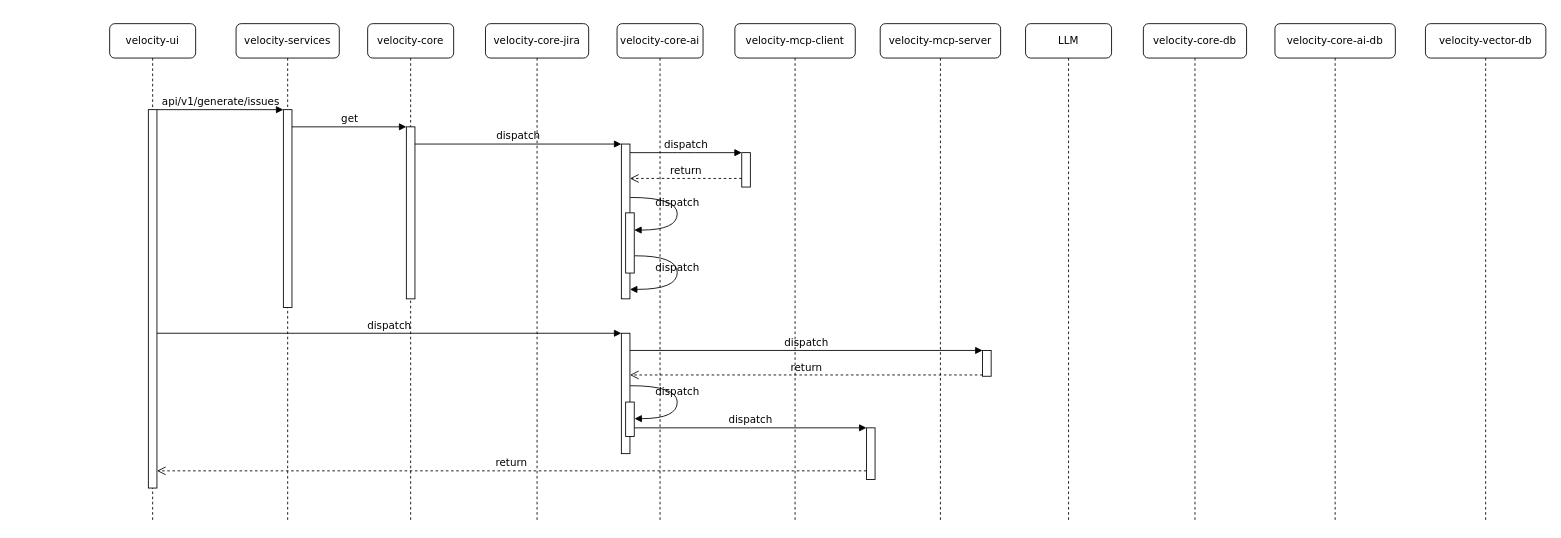
The draw.io diagram generate-epics-stories-grs-sequence.drawio in jonny-dungeons/diagrams, before the edit. Source tidied: cells renumbered, new cells numbered last; positions are measured from the earlier drawing's top-left corner, leaving out a move shared by most shapes. Both pictures are drawn from the tidied source at 86%, with x=0, y=0 at pixel (109, 23).
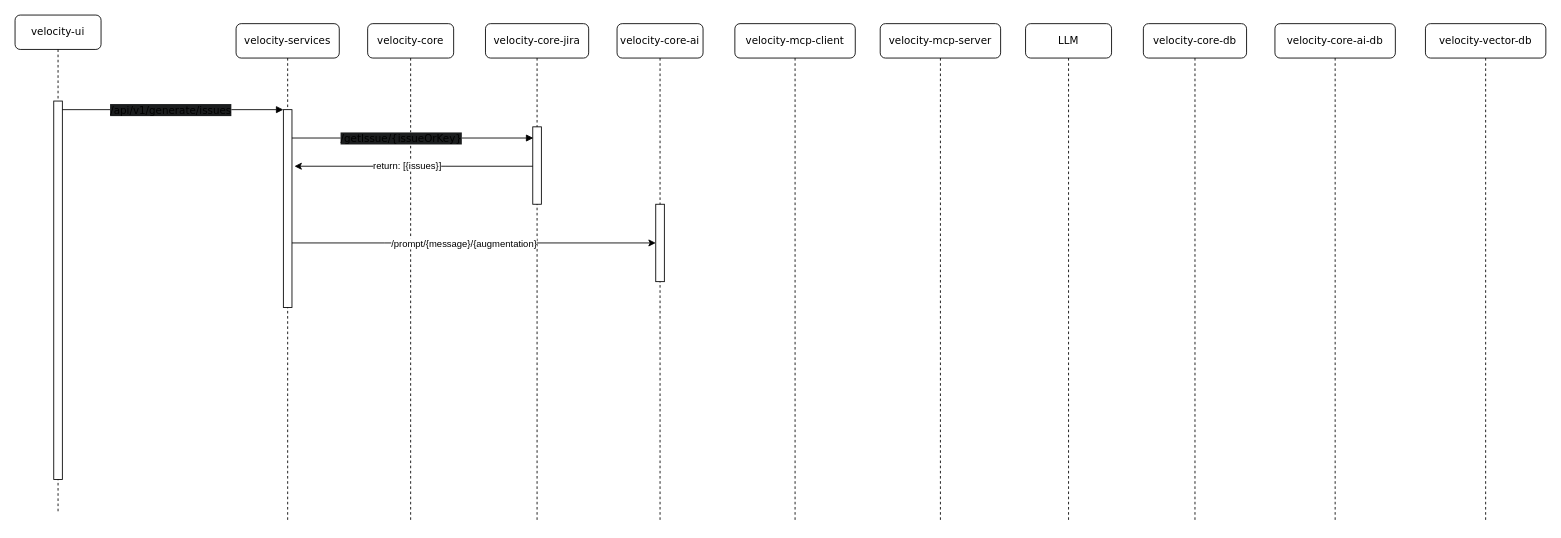
After the change.

The change refers to these unchanged cells:
```xml
<mxCell id="3" style="html=1;points=[];perimeter=orthogonalPerimeter;rounded=0;shadow=0;comic=0;labelBackgroundColor=none;strokeWidth=1;fontFamily=Verdana;fontSize=12;align=center;" parent="2" vertex="1">
  <mxGeometry x="55" y="100" width="10" height="230" as="geometry" />
</mxCell>
<mxCell id="4" value="velocity-core" style="shape=umlLifeline;perimeter=lifelinePerimeter;whiteSpace=wrap;html=1;rounded=1;shadow=0;comic=0;labelBackgroundColor=none;strokeWidth=1;fontFamily=Verdana;fontSize=12;align=center;" parent="1" vertex="1">
  <mxGeometry x="300" width="100" height="580" as="geometry" />
</mxCell>
<mxCell id="7" value="velocity-core-ai" style="shape=umlLifeline;perimeter=lifelinePerimeter;whiteSpace=wrap;html=1;rounded=1;shadow=0;comic=0;labelBackgroundColor=none;strokeWidth=1;fontFamily=Verdana;fontSize=12;align=center;" parent="1" vertex="1">
  <mxGeometry x="590" width="100" height="580" as="geometry" />
</mxCell>
<mxCell id="11" style="html=1;points=[];perimeter=orthogonalPerimeter;rounded=0;shadow=0;comic=0;labelBackgroundColor=none;strokeWidth=1;fontFamily=Verdana;fontSize=12;align=center;" parent="10" vertex="1">
  <mxGeometry x="45" y="100" width="10" height="440" as="geometry" />
</mxCell>
```

The edit, as a diff of the source:
```diff
@@
+    <mxCell id="6" value="velocity-core-jira" style="shape=umlLifeline;perimeter=lifelinePerimeter;whiteSpace=wrap;html=1;rounded=1;shadow=0;comic=0;labelBackgroundColor=none;strokeWidth=1;fontFamily=Verdana;fontSize=12;align=center;" parent="1" vertex="1">
+      <mxGeometry x="437" width="120" height="580" as="geometry" />
+    </mxCell>
-    <mxCell id="5" style="html=1;points=[];perimeter=orthogonalPerimeter;rounded=0;shadow=0;comic=0;labelBackgroundColor=none;strokeWidth=1;fontFamily=Verdana;fontSize=12;align=center;" parent="4" vertex="1">
-      <mxGeometry x="45" y="120" width="10" height="200" as="geometry" />
+    <mxCell id="5" style="html=1;points=[];perimeter=orthogonalPerimeter;rounded=0;shadow=0;comic=0;labelBackgroundColor=none;strokeWidth=1;fontFamily=Verdana;fontSize=12;align=center;" parent="6" vertex="1">
+      <mxGeometry x="55" y="120" width="10" height="90" as="geometry" />
     </mxCell>
-    <mxCell id="6" value="velocity-core-jira" style="shape=umlLifeline;perimeter=lifelinePerimeter;whiteSpace=wrap;html=1;rounded=1;shadow=0;comic=0;labelBackgroundColor=none;strokeWidth=1;fontFamily=Verdana;fontSize=12;align=center;" parent="1" vertex="1">
-      <mxGeometry x="437" width="120" height="580" as="geometry" />
-    </mxCell>
@@
+    <mxCell id="36" style="html=1;points=[];perimeter=orthogonalPerimeter;rounded=0;shadow=0;comic=0;labelBackgroundColor=none;strokeWidth=1;fontFamily=Verdana;fontSize=12;align=center;" parent="7" vertex="1">
+      <mxGeometry x="45" y="210" width="10" height="90" as="geometry" />
+    </mxCell>
@@
     <mxCell id="10" value="velocity-ui" style="shape=umlLifeline;perimeter=lifelinePerimeter;whiteSpace=wrap;html=1;rounded=1;shadow=0;comic=0;labelBackgroundColor=none;strokeWidth=1;fontFamily=Verdana;fontSize=12;align=center;" parent="1" vertex="1">
-      <mxGeometry width="100" height="580" as="geometry" />
+      <mxGeometry x="-110" y="-10" width="100" height="580" as="geometry" />
     </mxCell>
@@
-    <mxCell id="12" style="html=1;points=[];perimeter=orthogonalPerimeter;rounded=0;shadow=0;comic=0;labelBackgroundColor=none;strokeWidth=1;fontFamily=Verdana;fontSize=12;align=center;" parent="1" vertex="1">
-      <mxGeometry x="595" y="140" width="10" height="180" as="geometry" />
-    </mxCell>
-    <mxCell id="13" value="dispatch" style="html=1;verticalAlign=bottom;endArrow=block;labelBackgroundColor=none;fontFamily=Verdana;fontSize=12;edgeStyle=elbowEdgeStyle;elbow=vertical;" parent="1" edge="1" source="5" target="12">
-      <mxGeometry relative="1" as="geometry">
-        <Array as="points">
-          <mxPoint x="470" y="140" />
-        </Array>
-      </mxGeometry>
-    </mxCell>
-    <mxCell id="14" style="html=1;points=[];perimeter=orthogonalPerimeter;rounded=0;shadow=0;comic=0;labelBackgroundColor=none;strokeWidth=1;fontFamily=Verdana;fontSize=12;align=center;" parent="1" vertex="1">
-      <mxGeometry x="735" y="150" width="10" height="40" as="geometry" />
-    </mxCell>
-    <mxCell id="15" value="dispatch" style="html=1;verticalAlign=bottom;endArrow=block;entryX=0;entryY=0;labelBackgroundColor=none;fontFamily=Verdana;fontSize=12;edgeStyle=elbowEdgeStyle;elbow=vertical;" parent="1" edge="1" source="12" target="14">
-      <mxGeometry relative="1" as="geometry" />
-    </mxCell>
-    <mxCell id="16" value="return" style="html=1;verticalAlign=bottom;endArrow=open;dashed=1;endSize=8;labelBackgroundColor=none;fontFamily=Verdana;fontSize=12;edgeStyle=elbowEdgeStyle;elbow=vertical;" parent="1" edge="1" source="14" target="12">
-      <mxGeometry relative="1" as="geometry">
-        <Array as="points">
-          <mxPoint x="680" y="180" />
-          <mxPoint x="710" y="180" />
-        </Array>
-      </mxGeometry>
-    </mxCell>
-    <mxCell id="17" style="html=1;points=[];perimeter=orthogonalPerimeter;rounded=0;shadow=0;comic=0;labelBackgroundColor=none;strokeWidth=1;fontFamily=Verdana;fontSize=12;align=center;" parent="1" vertex="1">
-      <mxGeometry x="595" y="360" width="10" height="140" as="geometry" />
-    </mxCell>
-    <mxCell id="18" value="dispatch" style="html=1;verticalAlign=bottom;endArrow=block;entryX=0;entryY=0;labelBackgroundColor=none;fontFamily=Verdana;fontSize=12;" parent="1" edge="1" source="11" target="17">
-      <mxGeometry relative="1" as="geometry" />
-    </mxCell>
-    <mxCell id="19" style="html=1;points=[];perimeter=orthogonalPerimeter;rounded=0;shadow=0;comic=0;labelBackgroundColor=none;strokeColor=#000000;strokeWidth=1;fillColor=#FFFFFF;fontFamily=Verdana;fontSize=12;fontColor=#000000;align=center;" parent="1" vertex="1">
-      <mxGeometry x="1015" y="380" width="10" height="30" as="geometry" />
-    </mxCell>
-    <mxCell id="20" value="dispatch" style="html=1;verticalAlign=bottom;endArrow=block;entryX=0;entryY=0;labelBackgroundColor=none;fontFamily=Verdana;fontSize=12;" parent="1" edge="1" source="17" target="19">
-      <mxGeometry relative="1" as="geometry" />
-    </mxCell>
-    <mxCell id="21" value="return" style="html=1;verticalAlign=bottom;endArrow=open;dashed=1;endSize=8;exitX=0;exitY=0.95;labelBackgroundColor=none;fontFamily=Verdana;fontSize=12;" parent="1" edge="1" source="19" target="17">
-      <mxGeometry relative="1" as="geometry" />
-    </mxCell>
-    <mxCell id="22" style="html=1;points=[];perimeter=orthogonalPerimeter;rounded=0;shadow=0;comic=0;labelBackgroundColor=none;strokeWidth=1;fontFamily=Verdana;fontSize=12;align=center;" parent="1" vertex="1">
-      <mxGeometry x="880" y="470" width="10" height="60" as="geometry" />
-    </mxCell>
-    <mxCell id="23" value="dispatch" style="html=1;verticalAlign=bottom;endArrow=block;entryX=0;entryY=0;labelBackgroundColor=none;fontFamily=Verdana;fontSize=12;edgeStyle=elbowEdgeStyle;elbow=vertical;" parent="1" edge="1" source="30" target="22">
-      <mxGeometry relative="1" as="geometry" />
-    </mxCell>
-    <mxCell id="24" value="return" style="html=1;verticalAlign=bottom;endArrow=open;dashed=1;endSize=8;labelBackgroundColor=none;fontFamily=Verdana;fontSize=12;edgeStyle=elbowEdgeStyle;elbow=vertical;" parent="1" edge="1" source="22" target="11">
-      <mxGeometry relative="1" as="geometry">
-        <Array as="points">
-          <mxPoint x="580" y="520" />
-        </Array>
-      </mxGeometry>
-    </mxCell>
-    <mxCell id="25" value="api/v1/generate/issues" style="html=1;verticalAlign=bottom;endArrow=block;entryX=0;entryY=0;labelBackgroundColor=none;fontFamily=Verdana;fontSize=12;edgeStyle=elbowEdgeStyle;elbow=vertical;" parent="1" edge="1" source="11" target="3">
+    <mxCell id="25" style="html=1;verticalAlign=bottom;endArrow=block;entryX=0;entryY=0;labelBackgroundColor=none;fontFamily=Verdana;fontSize=12;edgeStyle=elbowEdgeStyle;elbow=vertical;" parent="1" edge="1" source="11" target="3">
       <mxGeometry relative="1" as="geometry" />
     </mxCell>
+    <mxCell id="37" value="&lt;span style=&quot;font-family: Verdana; font-size: 12px; background-color: light-dark(rgb(27, 29, 30), rgb(0, 0, 0));&quot;&gt;/api/v1/generate/issues&lt;/span&gt;" style="edgeLabel;html=1;align=center;verticalAlign=middle;" parent="25" vertex="1">
+      <mxGeometry x="-0.23" relative="1" as="geometry">
+        <mxPoint x="26" as="offset" />
+      </mxGeometry>
+    </mxCell>
-    <mxCell id="26" value="get" style="html=1;verticalAlign=bottom;endArrow=block;entryX=0;entryY=0;labelBackgroundColor=none;fontFamily=Verdana;fontSize=12;edgeStyle=elbowEdgeStyle;elbow=vertical;" parent="1" edge="1" source="3" target="5">
+    <mxCell id="26" style="html=1;verticalAlign=bottom;endArrow=block;labelBackgroundColor=none;fontFamily=Verdana;fontSize=12;edgeStyle=elbowEdgeStyle;elbow=vertical;entryX=0.067;entryY=0.148;entryDx=0;entryDy=0;entryPerimeter=0;" parent="1" edge="1" source="3" target="5">
       <mxGeometry relative="1" as="geometry" />
     </mxCell>
-    <mxCell id="27" style="html=1;points=[];perimeter=orthogonalPerimeter;rounded=0;shadow=0;comic=0;labelBackgroundColor=none;strokeWidth=1;fontFamily=Verdana;fontSize=12;align=center;" parent="1" vertex="1">
-      <mxGeometry x="600" y="220" width="10" height="70" as="geometry" />
-    </mxCell>
-    <mxCell id="28" value="dispatch" style="html=1;verticalAlign=bottom;endArrow=block;labelBackgroundColor=none;fontFamily=Verdana;fontSize=12;elbow=vertical;edgeStyle=orthogonalEdgeStyle;curved=1;entryX=1;entryY=0.286;entryPerimeter=0;exitX=1.038;exitY=0.345;exitPerimeter=0;" parent="1" edge="1" source="12" target="27">
-      <mxGeometry relative="1" as="geometry">
-        <Array as="points">
-          <mxPoint x="660" y="202" />
-          <mxPoint x="660" y="240" />
-        </Array>
-      </mxGeometry>
-    </mxCell>
-    <mxCell id="29" value="dispatch" style="html=1;verticalAlign=bottom;endArrow=block;labelBackgroundColor=none;fontFamily=Verdana;fontSize=12;elbow=vertical;edgeStyle=orthogonalEdgeStyle;curved=1;exitX=1.066;exitY=0.713;exitPerimeter=0;" parent="1" edge="1" source="27">
-      <mxGeometry relative="1" as="geometry">
-        <mxPoint x="605" y="309" as="targetPoint" />
-        <Array as="points">
-          <mxPoint x="660" y="270" />
-          <mxPoint x="660" y="309" />
-        </Array>
-      </mxGeometry>
-    </mxCell>
-    <mxCell id="30" style="html=1;points=[];perimeter=orthogonalPerimeter;rounded=0;shadow=0;comic=0;labelBackgroundColor=none;strokeWidth=1;fontFamily=Verdana;fontSize=12;align=center;" parent="1" vertex="1">
-      <mxGeometry x="600" y="440" width="10" height="40" as="geometry" />
-    </mxCell>
-    <mxCell id="31" value="dispatch" style="html=1;verticalAlign=bottom;endArrow=block;labelBackgroundColor=none;fontFamily=Verdana;fontSize=12;elbow=vertical;edgeStyle=orthogonalEdgeStyle;curved=1;entryX=1;entryY=0.286;entryPerimeter=0;exitX=1.038;exitY=0.345;exitPerimeter=0;" parent="1" edge="1">
-      <mxGeometry relative="1" as="geometry">
-        <mxPoint x="605.3" y="421" as="sourcePoint" />
-        <mxPoint x="610.3" y="459.3" as="targetPoint" />
-        <Array as="points">
-          <mxPoint x="660" y="421" />
-          <mxPoint x="660" y="459" />
-        </Array>
-      </mxGeometry>
-    </mxCell>
+    <mxCell id="38" value="&lt;span style=&quot;font-family: Verdana; font-size: 12px; background-color: light-dark(rgb(27, 29, 30), rgb(0, 0, 0));&quot;&gt;/getIssue/{issueOrKey}&lt;/span&gt;" style="edgeLabel;html=1;align=center;verticalAlign=middle;" parent="26" vertex="1">
+      <mxGeometry x="-0.1" relative="1" as="geometry" />
+    </mxCell>
@@
+    <mxCell id="39" style="edgeStyle=orthogonalEdgeStyle;rounded=0;jettySize=auto;html=1;entryX=1.289;entryY=0.286;entryDx=0;entryDy=0;entryPerimeter=0;" parent="1" edge="1" source="5" target="3">
+      <mxGeometry relative="1" as="geometry">
+        <Array as="points">
+          <mxPoint x="390" y="165" />
+        </Array>
+      </mxGeometry>
+    </mxCell>
+    <mxCell id="40" value="return: [{issues}]" style="edgeLabel;html=1;align=center;verticalAlign=middle;" parent="39" vertex="1">
+      <mxGeometry x="0.06" y="-1" relative="1" as="geometry" />
+    </mxCell>
+    <mxCell id="41" style="edgeStyle=orthogonalEdgeStyle;rounded=0;jettySize=auto;html=1;" parent="1" edge="1" source="3" target="36">
+      <mxGeometry relative="1" as="geometry">
+        <Array as="points">
+          <mxPoint x="320" y="255" />
+          <mxPoint x="320" y="255" />
+        </Array>
+      </mxGeometry>
+    </mxCell>
+    <mxCell id="42" value="/prompt/{message}/{augmentation}" style="edgeLabel;html=1;align=center;verticalAlign=middle;" parent="41" vertex="1">
+      <mxGeometry x="-0.06" relative="1" as="geometry" />
+    </mxCell>
```
